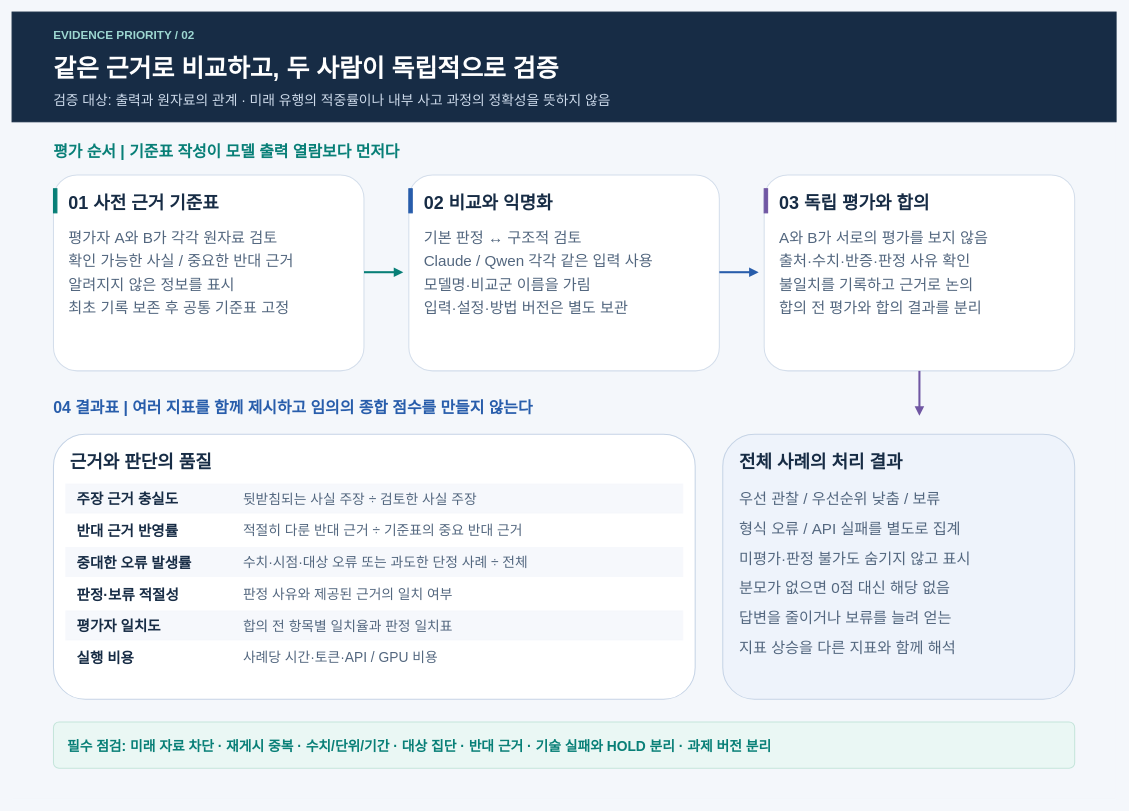
Above: page "02 검증과 사람 평가" (2 of 2) of docs/research/priority-v1/diagrams/evidence-priority-v1.drawio in CalainKim/Trend_Verification_System (draw.io), before the change. Source tidied: cells renumbered, new cells numbered last; positions are measured from the earlier drawing's top-left corner, leaving out a move shared by most shapes. Both pictures are drawn from the tidied source at 69%, with x=0, y=0 at pixel (12, 12).
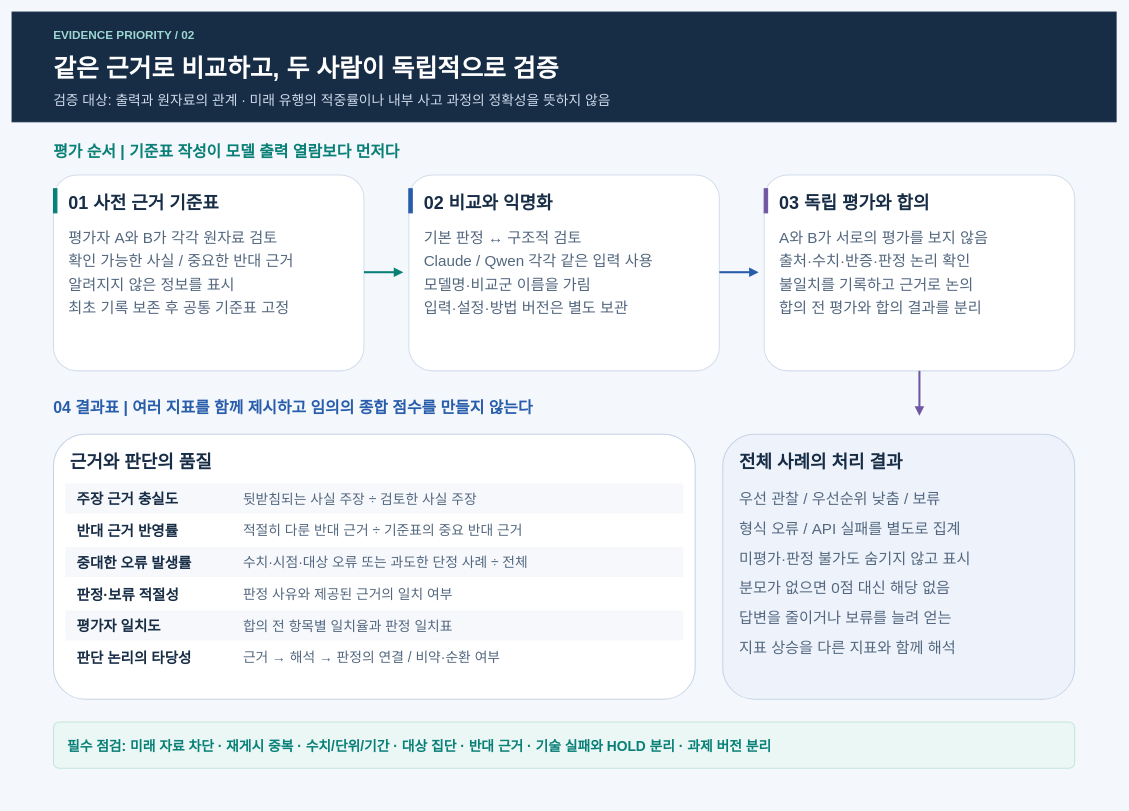
After the change.

Diff of the diagram source:
```diff
@@
-    <mxCell id="26" value="출처·수치·반증·판정 사유 확인" style="text;html=0;strokeColor=none;fillColor=none;align=left;verticalAlign=top;whiteSpace=wrap;rounded=0;fontFamily=Malgun Gothic;fontSize=22;fontColor=#53677F;fontStyle=0;spacing=0;" parent="1" vertex="1">
+    <mxCell id="26" value="출처·수치·반증·판정 논리 확인" style="text;html=0;strokeColor=none;fillColor=none;align=left;verticalAlign=top;whiteSpace=wrap;rounded=0;fontFamily=Malgun Gothic;fontSize=22;fontColor=#53677F;fontStyle=0;spacing=0;" parent="1" vertex="1">
       <mxGeometry x="1112" y="344.1" width="406" height="34.1" as="geometry" />
     </mxCell>
@@
-    <mxCell id="48" value="실행 비용" style="text;html=0;strokeColor=none;fillColor=none;align=left;verticalAlign=top;whiteSpace=wrap;rounded=0;fontFamily=Malgun Gothic;fontSize=21;fontColor=#172C45;fontStyle=1;spacing=0;" parent="1" vertex="1">
+    <mxCell id="48" value="판단 논리의 타당성" style="text;html=0;strokeColor=none;fillColor=none;align=left;verticalAlign=top;whiteSpace=wrap;rounded=0;fontFamily=Malgun Gothic;fontSize=21;fontColor=#172C45;fontStyle=1;spacing=0;" parent="1" vertex="1">
       <mxGeometry x="94" y="919" width="235" height="32.6" as="geometry" />
     </mxCell>
-    <mxCell id="49" value="사례당 시간·토큰·API / GPU 비용" style="text;html=0;strokeColor=none;fillColor=none;align=left;verticalAlign=top;whiteSpace=wrap;rounded=0;fontFamily=Malgun Gothic;fontSize=20;fontColor=#53677F;fontStyle=0;spacing=0;" parent="1" vertex="1">
+    <mxCell id="49" value="근거 → 해석 → 판정의 연결 / 비약·순환 여부" style="text;html=0;strokeColor=none;fillColor=none;align=left;verticalAlign=top;whiteSpace=wrap;rounded=0;fontFamily=Malgun Gothic;fontSize=20;fontColor=#53677F;fontStyle=0;spacing=0;" parent="1" vertex="1">
       <mxGeometry x="335" y="919" width="627" height="31" as="geometry" />
     </mxCell>
```
